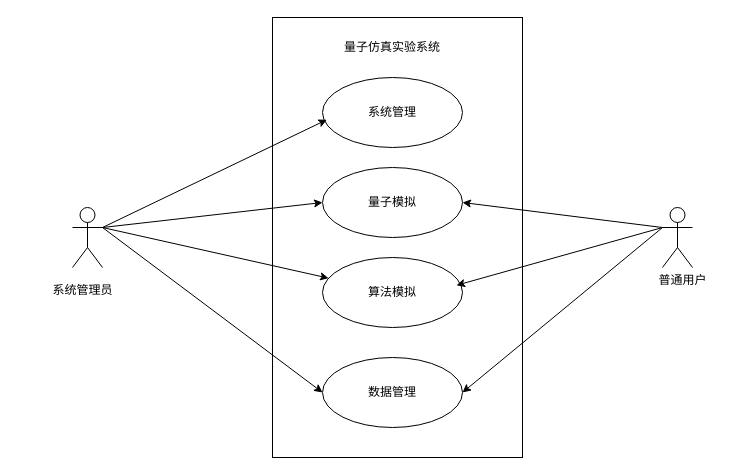
The draw.io diagram 用例图.drawio in NiuShukai/qubit, before the edit. Source tidied: cells renumbered, new cells numbered last; positions are measured from the earlier drawing's top-left corner, leaving out a move shared by most shapes. Both pictures are drawn from the tidied source at 100%, with x=0, y=0 at pixel (42, 17).
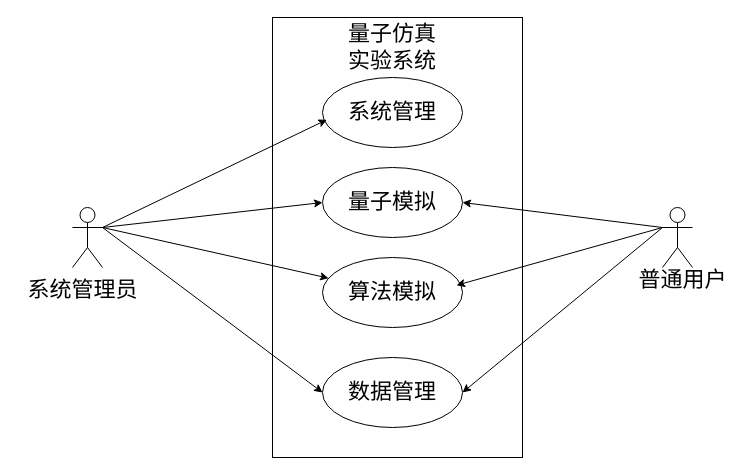
The same page after the edit.

Commit message:
更新用例图.drawio

Change to the diagram source:
```diff
@@
 <mxGraphModel>
   <root>
     <mxCell id="0" />
     <mxCell id="1" parent="0" />
-    <mxCell id="2" style="rounded=0;whiteSpace=wrap;html=1;" parent="1" vertex="1">
+    <mxCell id="2" style="rounded=0;whiteSpace=wrap;html=1;fontSize=22;" parent="1" vertex="1">
       <mxGeometry x="230" width="250" height="440" as="geometry" />
     </mxCell>
-    <mxCell id="3" value="量子仿真实验系统" style="text;strokeColor=none;align=center;fillColor=none;html=1;verticalAlign=middle;whiteSpace=wrap;rounded=0;" parent="1" vertex="1">
+    <mxCell id="3" value="量子仿真实验系统" style="text;strokeColor=none;align=center;fillColor=none;html=1;verticalAlign=middle;whiteSpace=wrap;rounded=0;fontSize=22;" parent="1" vertex="1">
       <mxGeometry x="300" y="20" width="100" height="20" as="geometry" />
     </mxCell>
-    <mxCell id="4" style="rounded=0;jettySize=auto;html=1;exitX=1;exitY=0.3333333333333333;exitDx=0;exitDy=0;exitPerimeter=0;entryX=0;entryY=0.5;entryDx=0;entryDy=0;" parent="1" edge="1" source="7" target="12">
+    <mxCell id="4" style="rounded=0;jettySize=auto;html=1;exitX=1;exitY=0.3333333333333333;exitDx=0;exitDy=0;exitPerimeter=0;entryX=0;entryY=0.5;entryDx=0;entryDy=0;fontSize=22;" parent="1" edge="1" source="7" target="12">
       <mxGeometry relative="1" as="geometry" />
     </mxCell>
-    <mxCell id="5" style="rounded=0;jettySize=auto;html=1;exitX=1;exitY=0.3333333333333333;exitDx=0;exitDy=0;exitPerimeter=0;" parent="1" edge="1" source="7" target="13">
+    <mxCell id="5" style="rounded=0;jettySize=auto;html=1;exitX=1;exitY=0.3333333333333333;exitDx=0;exitDy=0;exitPerimeter=0;fontSize=22;" parent="1" edge="1" source="7" target="13">
       <mxGeometry relative="1" as="geometry" />
     </mxCell>
-    <mxCell id="6" style="rounded=0;jettySize=auto;html=1;exitX=1;exitY=0.3333333333333333;exitDx=0;exitDy=0;exitPerimeter=0;entryX=0;entryY=0.5;entryDx=0;entryDy=0;" parent="1" edge="1" source="7" target="14">
+    <mxCell id="6" style="rounded=0;jettySize=auto;html=1;exitX=1;exitY=0.3333333333333333;exitDx=0;exitDy=0;exitPerimeter=0;entryX=0;entryY=0.5;entryDx=0;entryDy=0;fontSize=22;" parent="1" edge="1" source="7" target="14">
       <mxGeometry relative="1" as="geometry" />
     </mxCell>
-    <mxCell id="7" value="Actor" style="shape=umlActor;verticalLabelPosition=bottom;verticalAlign=top;html=1;fontColor=none;noLabel=1;" parent="1" vertex="1">
+    <mxCell id="7" value="Actor" style="shape=umlActor;verticalLabelPosition=bottom;verticalAlign=top;html=1;fontColor=none;noLabel=1;fontSize=22;" parent="1" vertex="1">
       <mxGeometry x="30" y="190" width="30" height="60" as="geometry" />
     </mxCell>
-    <mxCell id="8" style="rounded=0;jettySize=auto;html=1;exitX=0;exitY=0.3333333333333333;exitDx=0;exitDy=0;exitPerimeter=0;entryX=1;entryY=0.5;entryDx=0;entryDy=0;" parent="1" edge="1" source="10" target="12">
+    <mxCell id="8" style="rounded=0;jettySize=auto;html=1;exitX=0;exitY=0.3333333333333333;exitDx=0;exitDy=0;exitPerimeter=0;entryX=1;entryY=0.5;entryDx=0;entryDy=0;fontSize=22;" parent="1" edge="1" source="10" target="12">
       <mxGeometry relative="1" as="geometry" />
     </mxCell>
-    <mxCell id="9" style="rounded=0;jettySize=auto;html=1;exitX=0;exitY=0.3333333333333333;exitDx=0;exitDy=0;exitPerimeter=0;entryX=1;entryY=0.5;entryDx=0;entryDy=0;" parent="1" edge="1" source="10" target="14">
+    <mxCell id="9" style="rounded=0;jettySize=auto;html=1;exitX=0;exitY=0.3333333333333333;exitDx=0;exitDy=0;exitPerimeter=0;entryX=1;entryY=0.5;entryDx=0;entryDy=0;fontSize=22;" parent="1" edge="1" source="10" target="14">
       <mxGeometry relative="1" as="geometry" />
     </mxCell>
-    <mxCell id="10" value="Actor" style="shape=umlActor;verticalLabelPosition=bottom;verticalAlign=top;html=1;fontColor=none;noLabel=1;" parent="1" vertex="1">
+    <mxCell id="10" value="Actor" style="shape=umlActor;verticalLabelPosition=bottom;verticalAlign=top;html=1;fontColor=none;noLabel=1;fontSize=22;" parent="1" vertex="1">
       <mxGeometry x="620" y="190" width="30" height="60" as="geometry" />
     </mxCell>
-    <mxCell id="11" value="系统管理" style="ellipse;whiteSpace=wrap;html=1;" parent="1" vertex="1">
+    <mxCell id="11" value="系统管理" style="ellipse;whiteSpace=wrap;html=1;fontSize=22;" parent="1" vertex="1">
       <mxGeometry x="280" y="60" width="140" height="70" as="geometry" />
     </mxCell>
-    <mxCell id="12" value="量子模拟" style="ellipse;whiteSpace=wrap;html=1;" parent="1" vertex="1">
+    <mxCell id="12" value="量子模拟" style="ellipse;whiteSpace=wrap;html=1;fontSize=22;" parent="1" vertex="1">
       <mxGeometry x="280" y="150" width="140" height="70" as="geometry" />
     </mxCell>
-    <mxCell id="13" value="算法模拟" style="ellipse;whiteSpace=wrap;html=1;" parent="1" vertex="1">
+    <mxCell id="13" value="算法模拟" style="ellipse;whiteSpace=wrap;html=1;fontSize=22;" parent="1" vertex="1">
       <mxGeometry x="280" y="240" width="140" height="70" as="geometry" />
     </mxCell>
-    <mxCell id="14" value="数据管理" style="ellipse;whiteSpace=wrap;html=1;" parent="1" vertex="1">
+    <mxCell id="14" value="数据管理" style="ellipse;whiteSpace=wrap;html=1;fontSize=22;" parent="1" vertex="1">
       <mxGeometry x="280" y="340" width="140" height="70" as="geometry" />
     </mxCell>
-    <mxCell id="15" style="rounded=0;jettySize=auto;html=1;exitX=1;exitY=0.3333333333333333;exitDx=0;exitDy=0;exitPerimeter=0;entryX=0.031;entryY=0.603;entryDx=0;entryDy=0;entryPerimeter=0;" parent="1" edge="1" source="7" target="11">
+    <mxCell id="15" style="rounded=0;jettySize=auto;html=1;exitX=1;exitY=0.3333333333333333;exitDx=0;exitDy=0;exitPerimeter=0;entryX=0.031;entryY=0.603;entryDx=0;entryDy=0;entryPerimeter=0;fontSize=22;" parent="1" edge="1" source="7" target="11">
       <mxGeometry relative="1" as="geometry" />
     </mxCell>
-    <mxCell id="16" value="系统管理员" style="text;html=1;align=center;verticalAlign=middle;strokeColor=none;fillColor=none;" parent="1" vertex="1">
-      <mxGeometry y="258" width="80" height="30" as="geometry" />
+    <mxCell id="16" value="系统管理员" style="text;html=1;align=center;verticalAlign=middle;strokeColor=none;fillColor=none;fontSize=22;" parent="1" vertex="1">
+      <mxGeometry x="-25" y="253" width="130" height="40" as="geometry" />
     </mxCell>
-    <mxCell id="17" value="普通用户" style="text;html=1;align=center;verticalAlign=middle;strokeColor=none;fillColor=none;" parent="1" vertex="1">
-      <mxGeometry x="605" y="248" width="70" height="30" as="geometry" />
+    <mxCell id="17" value="普通用户" style="text;html=1;align=center;verticalAlign=middle;strokeColor=none;fillColor=none;fontSize=22;" parent="1" vertex="1">
+      <mxGeometry x="585" y="243" width="110" height="40" as="geometry" />
     </mxCell>
-    <mxCell id="18" style="rounded=0;jettySize=auto;html=1;entryX=0.957;entryY=0.397;entryDx=0;entryDy=0;entryPerimeter=0;" parent="1" edge="1" target="13">
+    <mxCell id="18" style="rounded=0;jettySize=auto;html=1;entryX=0.957;entryY=0.397;entryDx=0;entryDy=0;entryPerimeter=0;fontSize=22;" parent="1" edge="1" target="13">
       <mxGeometry relative="1" as="geometry">
         <mxPoint x="620" y="210" as="sourcePoint" />
       </mxGeometry>
     </mxCell>
   </root>
 </mxGraphModel>
```
